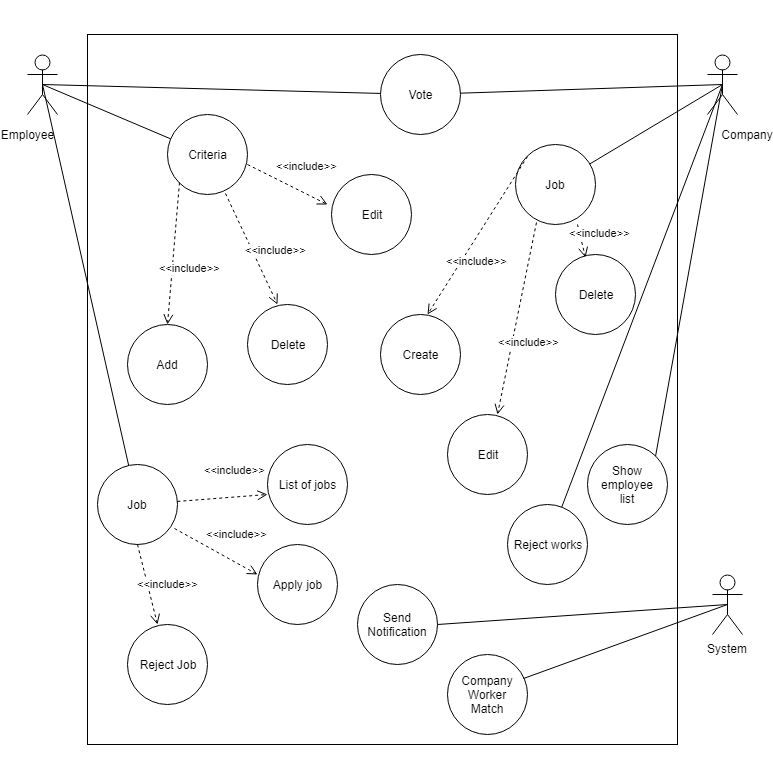
Above: Documents/UML.png in furkankaradas/Wysiwyg (draw.io), before the change. Source tidied: cells renumbered, new cells last; positions are measured from the earlier drawing's top-left corner, leaving out a move shared by most shapes. Source of this version:
```xml
<mxGraphModel>
  <root>
    <mxCell id="0" />
    <mxCell id="1" parent="0" />
    <mxCell id="2" style="rounded=0;whiteSpace=wrap;html=1;" parent="1" vertex="1">
      <mxGeometry y="62" width="780" height="850" as="geometry" />
    </mxCell>
    <mxCell id="3" style="rounded=0;whiteSpace=wrap;html=1;" parent="1" vertex="1">
      <mxGeometry x="90" y="172" width="590" height="710" as="geometry" />
    </mxCell>
    <mxCell id="4" style="shape=umlActor;verticalLabelPosition=bottom;labelBackgroundColor=#ffffff;verticalAlign=top;html=1;outlineConnect=0;" parent="1" vertex="1">
      <mxGeometry x="30" y="192" width="30" height="60" as="geometry" />
    </mxCell>
    <mxCell id="5" style="shape=umlActor;verticalLabelPosition=bottom;labelBackgroundColor=#ffffff;verticalAlign=top;html=1;outlineConnect=0;" parent="1" vertex="1">
      <mxGeometry x="710" y="192" width="30" height="60" as="geometry" />
    </mxCell>
    <mxCell id="6" value="System" style="shape=umlActor;verticalLabelPosition=bottom;labelBackgroundColor=#ffffff;verticalAlign=top;html=1;outlineConnect=0;" parent="1" vertex="1">
      <mxGeometry x="715" y="712" width="30" height="60" as="geometry" />
    </mxCell>
    <mxCell id="7" value="Criteria" style="ellipse;whiteSpace=wrap;html=1;" parent="1" vertex="1">
      <mxGeometry x="170" y="252" width="80" height="80" as="geometry" />
    </mxCell>
    <mxCell id="8" value="Edit" style="ellipse;whiteSpace=wrap;html=1;" parent="1" vertex="1">
      <mxGeometry x="334" y="312" width="80" height="80" as="geometry" />
    </mxCell>
    <mxCell id="9" value="&amp;lt;&amp;lt;include&amp;gt;&amp;gt;" style="html=1;verticalAlign=bottom;endArrow=open;dashed=1;endSize=8;exitX=1;exitY=0.625;exitDx=0;exitDy=0;exitPerimeter=0;" parent="1" edge="1" source="7">
      <mxGeometry x="0.3" y="18" relative="1" as="geometry">
        <mxPoint x="330" y="342" as="targetPoint" />
      </mxGeometry>
    </mxCell>
    <mxCell id="10" value="Add" style="ellipse;whiteSpace=wrap;html=1;" parent="1" vertex="1">
      <mxGeometry x="130" y="462" width="80" height="80" as="geometry" />
    </mxCell>
    <mxCell id="11" value="Delete" style="ellipse;whiteSpace=wrap;html=1;" parent="1" vertex="1">
      <mxGeometry x="250" y="442" width="80" height="80" as="geometry" />
    </mxCell>
    <mxCell id="12" value="&amp;lt;&amp;lt;include&amp;gt;&amp;gt;" style="html=1;verticalAlign=bottom;endArrow=open;dashed=1;endSize=8;exitX=0.725;exitY=0.983;exitDx=0;exitDy=0;exitPerimeter=0;entryX=0.375;entryY=0;entryDx=0;entryDy=0;entryPerimeter=0;" parent="1" edge="1" source="7" target="11">
      <mxGeometry x="0.3" y="18" relative="1" as="geometry" />
    </mxCell>
    <mxCell id="13" value="&amp;lt;&amp;lt;include&amp;gt;&amp;gt;" style="html=1;verticalAlign=bottom;endArrow=open;dashed=1;endSize=8;exitX=0;exitY=1;exitDx=0;exitDy=0;entryX=0.5;entryY=0;entryDx=0;entryDy=0;" parent="1" edge="1" source="7" target="10">
      <mxGeometry x="0.3" y="18" relative="1" as="geometry" />
    </mxCell>
    <mxCell id="14" value="Job" style="ellipse;whiteSpace=wrap;html=1;" parent="1" vertex="1">
      <mxGeometry x="100" y="602" width="80" height="80" as="geometry" />
    </mxCell>
    <mxCell id="15" value="&amp;lt;&amp;lt;include&amp;gt;&amp;gt;" style="html=1;verticalAlign=bottom;endArrow=open;dashed=1;endSize=8;" parent="1" edge="1" source="14">
      <mxGeometry x="0.3" y="18" relative="1" as="geometry">
        <mxPoint x="270" y="632" as="targetPoint" />
      </mxGeometry>
    </mxCell>
    <mxCell id="16" value="&amp;lt;&amp;lt;include&amp;gt;&amp;gt;" style="html=1;verticalAlign=bottom;endArrow=open;dashed=1;endSize=8;exitX=0.96;exitY=0.798;exitDx=0;exitDy=0;exitPerimeter=0;" parent="1" edge="1" source="14">
      <mxGeometry x="0.3" y="18" relative="1" as="geometry">
        <mxPoint x="260" y="712" as="targetPoint" />
        <Array as="points">
          <mxPoint x="260" y="712" />
        </Array>
      </mxGeometry>
    </mxCell>
    <mxCell id="17" value="&amp;lt;&amp;lt;include&amp;gt;&amp;gt;" style="html=1;verticalAlign=bottom;endArrow=open;dashed=1;endSize=8;exitX=0.5;exitY=1;exitDx=0;exitDy=0;" parent="1" edge="1" source="14">
      <mxGeometry x="0.3" y="18" relative="1" as="geometry">
        <mxPoint x="160" y="762" as="targetPoint" />
      </mxGeometry>
    </mxCell>
    <mxCell id="18" value="List of jobs" style="ellipse;whiteSpace=wrap;html=1;" parent="1" vertex="1">
      <mxGeometry x="270" y="582" width="80" height="80" as="geometry" />
    </mxCell>
    <mxCell id="19" value="Apply job" style="ellipse;whiteSpace=wrap;html=1;" parent="1" vertex="1">
      <mxGeometry x="260" y="682" width="80" height="80" as="geometry" />
    </mxCell>
    <mxCell id="20" value="Reject Job" style="ellipse;whiteSpace=wrap;html=1;" parent="1" vertex="1">
      <mxGeometry x="130" y="762" width="80" height="80" as="geometry" />
    </mxCell>
    <mxCell id="21" value="Job" style="ellipse;whiteSpace=wrap;html=1;" parent="1" vertex="1">
      <mxGeometry x="518" y="282" width="80" height="80" as="geometry" />
    </mxCell>
    <mxCell id="22" value="&amp;lt;&amp;lt;include&amp;gt;&amp;gt;" style="html=1;verticalAlign=bottom;endArrow=open;dashed=1;endSize=8;exitX=0.775;exitY=1;exitDx=0;exitDy=0;exitPerimeter=0;entryX=0.377;entryY=0.04;entryDx=0;entryDy=0;entryPerimeter=0;" parent="1" edge="1" source="21" target="27">
      <mxGeometry x="0.3" y="18" relative="1" as="geometry" />
    </mxCell>
    <mxCell id="23" value="&amp;lt;&amp;lt;include&amp;gt;&amp;gt;" style="html=1;verticalAlign=bottom;endArrow=open;dashed=1;endSize=8;exitX=0;exitY=0;exitDx=0;exitDy=0;" parent="1" edge="1" source="21">
      <mxGeometry x="0.3" y="18" relative="1" as="geometry">
        <mxPoint x="430" y="452" as="targetPoint" />
      </mxGeometry>
    </mxCell>
    <mxCell id="24" value="&amp;lt;&amp;lt;include&amp;gt;&amp;gt;" style="html=1;verticalAlign=bottom;endArrow=open;dashed=1;endSize=8;exitX=0.265;exitY=0.978;exitDx=0;exitDy=0;exitPerimeter=0;" parent="1" edge="1" source="21">
      <mxGeometry x="0.3" y="18" relative="1" as="geometry">
        <mxPoint x="500" y="552" as="targetPoint" />
      </mxGeometry>
    </mxCell>
    <mxCell id="25" value="Create" style="ellipse;whiteSpace=wrap;html=1;" parent="1" vertex="1">
      <mxGeometry x="383" y="452" width="80" height="80" as="geometry" />
    </mxCell>
    <mxCell id="26" value="Edit" style="ellipse;whiteSpace=wrap;html=1;" parent="1" vertex="1">
      <mxGeometry x="450" y="552" width="80" height="80" as="geometry" />
    </mxCell>
    <mxCell id="27" value="Delete" style="ellipse;whiteSpace=wrap;html=1;" parent="1" vertex="1">
      <mxGeometry x="558" y="392" width="80" height="80" as="geometry" />
    </mxCell>
    <mxCell id="28" value="Send Notification" style="ellipse;whiteSpace=wrap;html=1;" parent="1" vertex="1">
      <mxGeometry x="360" y="722" width="80" height="80" as="geometry" />
    </mxCell>
    <mxCell id="29" value="Company&lt;br&gt;Worker&lt;br&gt;Match&lt;br&gt;" style="ellipse;whiteSpace=wrap;html=1;" parent="1" vertex="1">
      <mxGeometry x="450" y="792" width="80" height="80" as="geometry" />
    </mxCell>
    <mxCell id="30" value="Vote" style="ellipse;whiteSpace=wrap;html=1;" parent="1" vertex="1">
      <mxGeometry x="383" y="192" width="80" height="80" as="geometry" />
    </mxCell>
    <mxCell id="31" value="Text" style="text;html=1;align=left;verticalAlign=top;spacingTop=-4;" parent="1" vertex="1">
      <mxGeometry x="187" width="40" height="20" as="geometry" />
    </mxCell>
    <mxCell id="32" style="endArrow=none;html=1;entryX=0.5;entryY=0.5;entryDx=0;entryDy=0;entryPerimeter=0;" parent="1" edge="1" source="7" target="4">
      <mxGeometry relative="1" as="geometry" />
    </mxCell>
    <mxCell id="33" style="endArrow=none;html=1;exitX=0.5;exitY=0.5;exitDx=0;exitDy=0;exitPerimeter=0;" parent="1" edge="1" source="4" target="14">
      <mxGeometry relative="1" as="geometry" />
    </mxCell>
    <mxCell id="34" style="endArrow=none;html=1;exitX=0.5;exitY=0.5;exitDx=0;exitDy=0;exitPerimeter=0;" parent="1" edge="1" source="4" target="30">
      <mxGeometry relative="1" as="geometry" />
    </mxCell>
    <mxCell id="35" style="endArrow=none;html=1;entryX=0.5;entryY=0.5;entryDx=0;entryDy=0;entryPerimeter=0;exitX=1;exitY=0.5;exitDx=0;exitDy=0;" parent="1" edge="1" source="28" target="6">
      <mxGeometry relative="1" as="geometry" />
    </mxCell>
    <mxCell id="36" style="endArrow=none;html=1;exitX=0.947;exitY=0.3;exitDx=0;exitDy=0;exitPerimeter=0;entryX=0.5;entryY=0.5;entryDx=0;entryDy=0;entryPerimeter=0;" parent="1" edge="1" source="29" target="6">
      <mxGeometry relative="1" as="geometry" />
    </mxCell>
    <mxCell id="37" style="endArrow=none;html=1;" parent="1" edge="1" source="30">
      <mxGeometry relative="1" as="geometry">
        <mxPoint x="725" y="222" as="targetPoint" />
      </mxGeometry>
    </mxCell>
    <mxCell id="38" style="endArrow=none;html=1;entryX=0.5;entryY=0.5;entryDx=0;entryDy=0;entryPerimeter=0;" parent="1" edge="1" source="21" target="5">
      <mxGeometry relative="1" as="geometry" />
    </mxCell>
    <mxCell id="39" style="endArrow=none;html=1;exitX=1;exitY=0;exitDx=0;exitDy=0;" parent="1" edge="1" source="40">
      <mxGeometry relative="1" as="geometry">
        <mxPoint x="725" y="222" as="targetPoint" />
      </mxGeometry>
    </mxCell>
    <mxCell id="40" value="Show employee&lt;br&gt;list&lt;br&gt;" style="ellipse;whiteSpace=wrap;html=1;" parent="1" vertex="1">
      <mxGeometry x="590" y="582" width="80" height="80" as="geometry" />
    </mxCell>
    <mxCell id="41" style="endArrow=none;html=1;entryX=0.5;entryY=0.5;entryDx=0;entryDy=0;entryPerimeter=0;" parent="1" edge="1" source="42" target="5">
      <mxGeometry relative="1" as="geometry" />
    </mxCell>
    <mxCell id="42" value="Reject works" style="ellipse;whiteSpace=wrap;html=1;" parent="1" vertex="1">
      <mxGeometry x="510" y="642" width="80" height="80" as="geometry" />
    </mxCell>
    <mxCell id="43" value="Company" style="text;html=1;strokeColor=none;fillColor=none;align=center;verticalAlign=middle;whiteSpace=wrap;rounded=0;" parent="1" vertex="1">
      <mxGeometry x="730" y="262" width="40" height="20" as="geometry" />
    </mxCell>
    <mxCell id="44" value="Employee" style="text;html=1;strokeColor=none;fillColor=none;align=center;verticalAlign=middle;whiteSpace=wrap;rounded=0;" parent="1" vertex="1">
      <mxGeometry x="10" y="262" width="40" height="20" as="geometry" />
    </mxCell>
  </root>
</mxGraphModel>
```
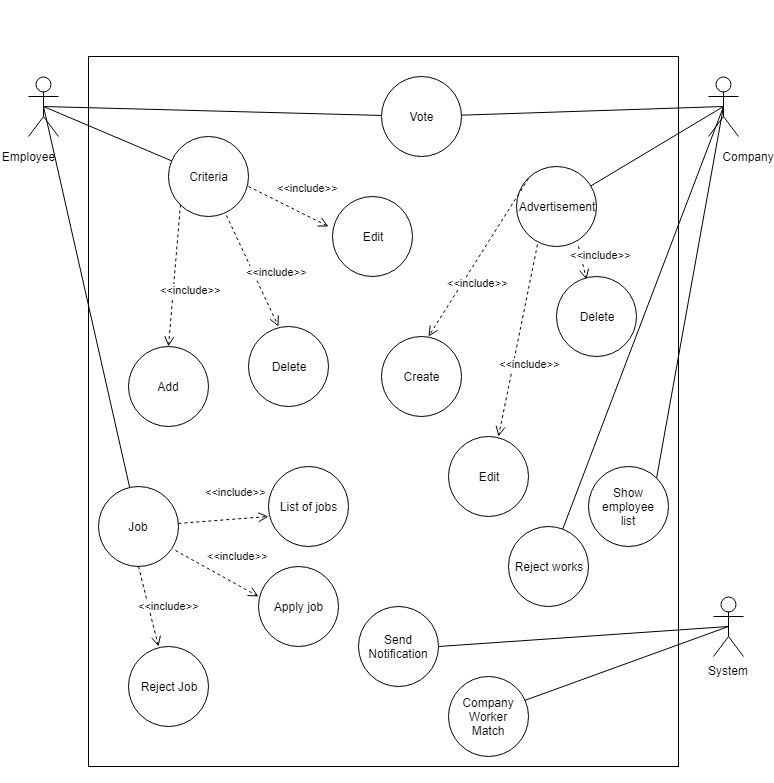
Later version of the same file.

Diff of the diagram source:
```diff
@@ -70,7 +70,7 @@
     <mxCell id="20" value="Reject Job" style="ellipse;whiteSpace=wrap;html=1;" parent="1" vertex="1">
       <mxGeometry x="130" y="762" width="80" height="80" as="geometry" />
     </mxCell>
-    <mxCell id="21" value="Job" style="ellipse;whiteSpace=wrap;html=1;" parent="1" vertex="1">
+    <mxCell id="21" value="Advertisement" style="ellipse;whiteSpace=wrap;html=1;" parent="1" vertex="1">
       <mxGeometry x="518" y="282" width="80" height="80" as="geometry" />
     </mxCell>
     <mxCell id="22" value="&amp;lt;&amp;lt;include&amp;gt;&amp;gt;" style="html=1;verticalAlign=bottom;endArrow=open;dashed=1;endSize=8;exitX=0.775;exitY=1;exitDx=0;exitDy=0;exitPerimeter=0;entryX=0.377;entryY=0.04;entryDx=0;entryDy=0;entryPerimeter=0;" parent="1" edge="1" source="21" target="27">
```
